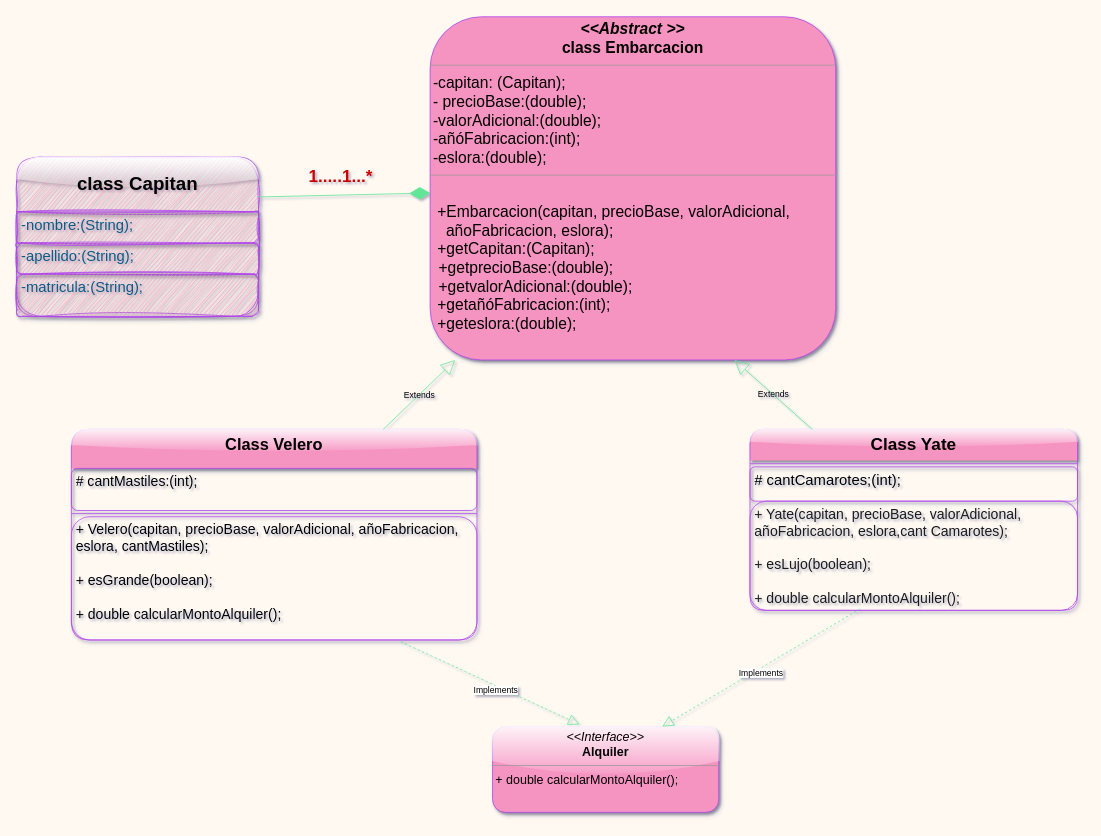
Before: src/sistemaAlqulierEmbarcación.drawio in Mariayey12/EJERCICIOWORKSHOPPROGRAMACIONORIENTADA-OBJECTOS, a draw.io diagram. Source tidied: cells renumbered, new cells numbered last; positions are measured from the earlier drawing's top-left corner, leaving out a move shared by most shapes. Both pictures are drawn from the tidied source at 78%, with x=0, y=0 at pixel (16, 16).
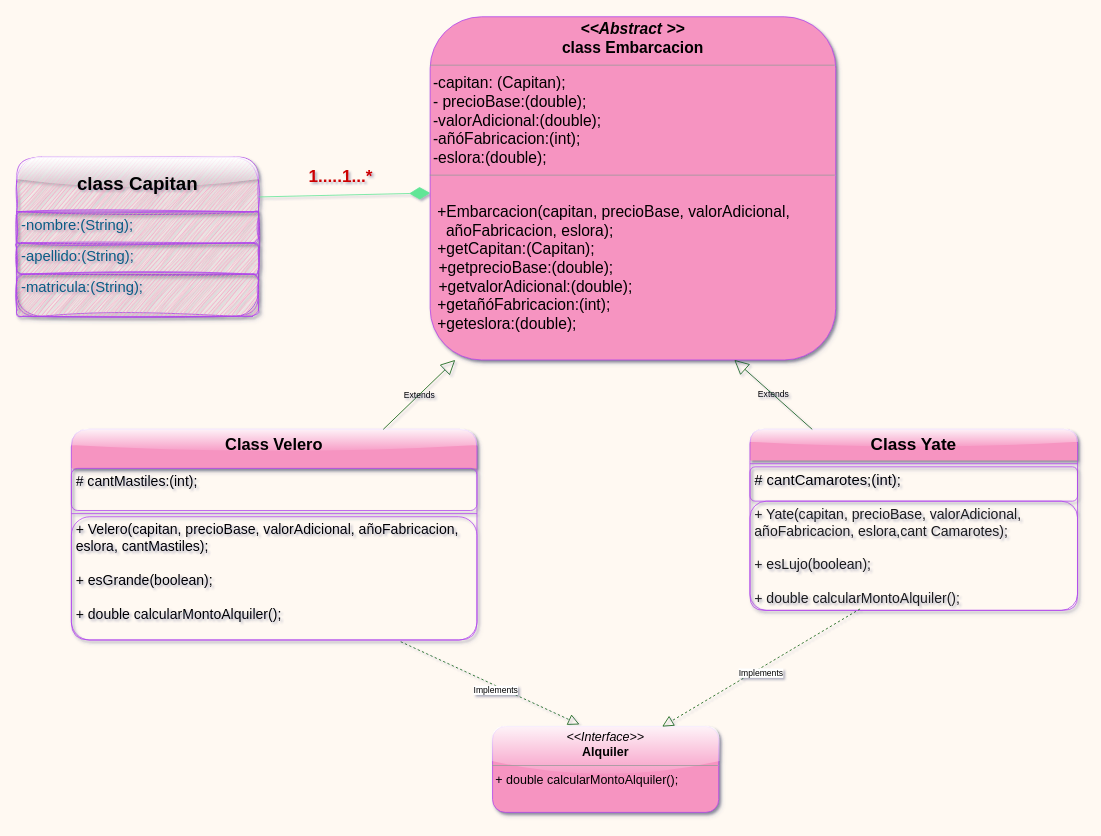
The same diagram, later.

The change refers to these unchanged cells:
```xml
<mxCell id="2" value="&lt;p style=&quot;margin: 4px 0px 0px; text-align: center; font-size: 16px;&quot;&gt;&lt;font color=&quot;#000000&quot; style=&quot;font-size: 16px;&quot;&gt;&lt;i style=&quot;&quot;&gt;&amp;lt;&amp;lt;Interface&amp;gt;&amp;gt;&lt;/i&gt;&lt;br&gt;&lt;b style=&quot;&quot;&gt;Alquiler&lt;/b&gt;&lt;/font&gt;&lt;/p&gt;&lt;hr style=&quot;font-size: 16px;&quot; size=&quot;1&quot;&gt;&lt;p style=&quot;margin: 0px 0px 0px 4px; font-size: 16px;&quot;&gt;&lt;font color=&quot;#000000&quot; style=&quot;font-size: 16px;&quot;&gt;+&amp;nbsp;&lt;span style=&quot;--tw-border-spacing-x: 0; --tw-border-spacing-y: 0; --tw-translate-x: 0; --tw-translate-y: 0; --tw-rotate: 0; --tw-skew-x: 0; --tw-skew-y: 0; --tw-scale-x: 1; --tw-scale-y: 1; --tw-pan-x: ; --tw-pan-y: ; --tw-pinch-zoom: ; --tw-scroll-snap-strictness: proximity; --tw-ordinal: ; --tw-slashed-zero: ; --tw-numeric-figure: ; --tw-numeric-spacing: ; --tw-numeric-fraction: ; --tw-ring-inset: ; --tw-ring-offset-width: 0px; --tw-ring-offset-color: #fff; --tw-ring-color: rgb(59 130 246 / .5); --tw-ring-offset-shadow: 0 0 #0000; --tw-ring-shadow: 0 0 #0000; --tw-shadow: 0 0 #0000; --tw-shadow-colored: 0 0 #0000; --tw-blur: ; --tw-brightness: ; --tw-contrast: ; --tw-grayscale: ; --tw-hue-rotate: ; --tw-invert: ; --tw-saturate: ; --tw-sepia: ; --tw-drop-shadow: ; --tw-backdrop-blur: ; --tw-backdrop-brightness: ; --tw-backdrop-contrast: ; --tw-backdrop-grayscale: ; --tw-backdrop-hue-rotate: ; --tw-backdrop-invert: ; --tw-backdrop-opacity: ; --tw-backdrop-saturate: ; --tw-backdrop-sepia: ; border-color: var(--border-color); background-color: initial;&quot;&gt;double calcularMontoAlquiler();&lt;/span&gt;&lt;/font&gt;&lt;br&gt;&lt;/p&gt;" style="verticalAlign=top;align=left;overflow=fill;fontSize=12;fontFamily=Helvetica;html=1;whiteSpace=wrap;shadow=1;glass=1;rounded=1;fillColor=#F694C1;strokeColor=#AF45ED;labelBackgroundColor=none;fontColor=#095C86;" parent="1" vertex="1">
  <mxGeometry x="610" y="910" width="290" height="110" as="geometry" />
</mxCell>
<mxCell id="8" value="&lt;p style=&quot;margin: 4px 0px 0px; text-align: center; font-size: 20px;&quot;&gt;&lt;font color=&quot;#000000&quot; style=&quot;font-size: 20px;&quot;&gt;&lt;b&gt;&lt;i style=&quot;&quot;&gt;&amp;lt;&amp;lt;Abstract &amp;gt;&amp;gt;&lt;/i&gt;&lt;br&gt;class Embarcacion&lt;/b&gt;&lt;br&gt;&lt;/font&gt;&lt;/p&gt;&lt;hr style=&quot;font-size: 20px;&quot; size=&quot;1&quot;&gt;&lt;p style=&quot;margin: 0px 0px 0px 4px; font-size: 20px;&quot;&gt;&lt;font color=&quot;#000000&quot; style=&quot;font-size: 20px;&quot;&gt;-capitan: (Capitan);&lt;br&gt;- precioBase:(double);&lt;/font&gt;&lt;/p&gt;&lt;p style=&quot;margin: 0px 0px 0px 4px; font-size: 20px;&quot;&gt;&lt;font color=&quot;#000000&quot; style=&quot;font-size: 20px;&quot;&gt;-valorAdicional:(double);&lt;/font&gt;&lt;/p&gt;&lt;p style=&quot;margin: 0px 0px 0px 4px; font-size: 20px;&quot;&gt;&lt;font color=&quot;#000000&quot; style=&quot;font-size: 20px;&quot;&gt;-añóFabricacion:(int);&lt;/font&gt;&lt;/p&gt;&lt;p style=&quot;margin: 0px 0px 0px 4px; font-size: 20px;&quot;&gt;&lt;font color=&quot;#000000&quot; style=&quot;font-size: 20px;&quot;&gt;-eslora:(double);&lt;/font&gt;&lt;/p&gt;&lt;hr style=&quot;font-size: 20px;&quot; size=&quot;1&quot;&gt;&lt;p style=&quot;margin: 0px 0px 0px 4px; font-size: 20px;&quot;&gt;&lt;font color=&quot;#000000&quot; style=&quot;font-size: 20px;&quot;&gt;&lt;br&gt;&amp;nbsp;+Embarcacion(capitan, precioBase, valorAdicional,&amp;nbsp; &amp;nbsp; &amp;nbsp; &amp;nbsp; &amp;nbsp; &amp;nbsp; &amp;nbsp;añoFabricacion, eslora);&lt;/font&gt;&lt;/p&gt;&lt;p style=&quot;margin: 0px 0px 0px 4px; font-size: 20px;&quot;&gt;&lt;font color=&quot;#000000&quot; style=&quot;font-size: 20px;&quot;&gt;&amp;nbsp;+getCapitan:(Capitan);&amp;nbsp;&lt;/font&gt;&lt;/p&gt;&lt;font color=&quot;#000000&quot; style=&quot;font-size: 20px;&quot;&gt;&amp;nbsp; +getprecioBase:(double);&lt;br&gt;&amp;nbsp; +getvalorAdicional:(double);&lt;/font&gt;&lt;p style=&quot;--tw-border-spacing-x: 0; --tw-border-spacing-y: 0; --tw-translate-x: 0; --tw-translate-y: 0; --tw-rotate: 0; --tw-skew-x: 0; --tw-skew-y: 0; --tw-scale-x: 1; --tw-scale-y: 1; --tw-pan-x: ; --tw-pan-y: ; --tw-pinch-zoom: ; --tw-scroll-snap-strictness: proximity; --tw-ordinal: ; --tw-slashed-zero: ; --tw-numeric-figure: ; --tw-numeric-spacing: ; --tw-numeric-fraction: ; --tw-ring-inset: ; --tw-ring-offset-width: 0px; --tw-ring-offset-color: #fff; --tw-ring-color: rgb(59 130 246 / .5); --tw-ring-offset-shadow: 0 0 #0000; --tw-ring-shadow: 0 0 #0000; --tw-shadow: 0 0 #0000; --tw-shadow-colored: 0 0 #0000; --tw-blur: ; --tw-brightness: ; --tw-contrast: ; --tw-grayscale: ; --tw-hue-rotate: ; --tw-invert: ; --tw-saturate: ; --tw-sepia: ; --tw-drop-shadow: ; --tw-backdrop-blur: ; --tw-backdrop-brightness: ; --tw-backdrop-contrast: ; --tw-backdrop-grayscale: ; --tw-backdrop-hue-rotate: ; --tw-backdrop-invert: ; --tw-backdrop-opacity: ; --tw-backdrop-saturate: ; --tw-backdrop-sepia: ; border-color: var(--border-color); margin: 0px 0px 0px 4px; font-size: 20px;&quot;&gt;&lt;font color=&quot;#000000&quot; style=&quot;font-size: 20px;&quot;&gt;&amp;nbsp;+getañóFabricacion:(int);&lt;/font&gt;&lt;/p&gt;&lt;p style=&quot;--tw-border-spacing-x: 0; --tw-border-spacing-y: 0; --tw-translate-x: 0; --tw-translate-y: 0; --tw-rotate: 0; --tw-skew-x: 0; --tw-skew-y: 0; --tw-scale-x: 1; --tw-scale-y: 1; --tw-pan-x: ; --tw-pan-y: ; --tw-pinch-zoom: ; --tw-scroll-snap-strictness: proximity; --tw-ordinal: ; --tw-slashed-zero: ; --tw-numeric-figure: ; --tw-numeric-spacing: ; --tw-numeric-fraction: ; --tw-ring-inset: ; --tw-ring-offset-width: 0px; --tw-ring-offset-color: #fff; --tw-ring-color: rgb(59 130 246 / .5); --tw-ring-offset-shadow: 0 0 #0000; --tw-ring-shadow: 0 0 #0000; --tw-shadow: 0 0 #0000; --tw-shadow-colored: 0 0 #0000; --tw-blur: ; --tw-brightness: ; --tw-contrast: ; --tw-grayscale: ; --tw-hue-rotate: ; --tw-invert: ; --tw-saturate: ; --tw-sepia: ; --tw-drop-shadow: ; --tw-backdrop-blur: ; --tw-backdrop-brightness: ; --tw-backdrop-contrast: ; --tw-backdrop-grayscale: ; --tw-backdrop-hue-rotate: ; --tw-backdrop-invert: ; --tw-backdrop-opacity: ; --tw-backdrop-saturate: ; --tw-backdrop-sepia: ; border-color: var(--border-color); margin: 0px 0px 0px 4px; font-size: 20px;&quot;&gt;&lt;font color=&quot;#000000&quot; style=&quot;font-size: 20px;&quot;&gt;&amp;nbsp;+geteslora:(double);&lt;/font&gt;&lt;/p&gt;" style="verticalAlign=top;align=left;overflow=fill;fontSize=12;fontFamily=Helvetica;html=1;whiteSpace=wrap;fillColor=#F694C1;strokeColor=#AF45ED;rounded=1;shadow=1;glass=0;labelBackgroundColor=none;fontColor=#095C86;" parent="1" vertex="1">
  <mxGeometry x="530" width="520" height="440" as="geometry" />
</mxCell>
<mxCell id="9" value="&lt;font color=&quot;#000000&quot; style=&quot;font-size: 22px;&quot;&gt;Class Yate&lt;/font&gt;" style="swimlane;fontStyle=1;align=center;verticalAlign=top;horizontal=1;startSize=40;whiteSpace=wrap;html=1;rounded=1;shadow=1;glass=1;swimlaneLine=0;fillColor=#F694C1;strokeColor=#AF45ED;fontColor=#095C86;labelBackgroundColor=none;" parent="1" vertex="1">
  <mxGeometry x="940" y="529" width="420" height="232" as="geometry" />
</mxCell>
<mxCell id="12" value="&lt;font color=&quot;#1a1a1a&quot; style=&quot;font-size: 18px;&quot;&gt;+ Yate(capitan, precioBase, valorAdicional, añoFabricacion, eslora,cant Camarotes);&lt;br&gt;&lt;br style=&quot;--tw-border-spacing-x: 0; --tw-border-spacing-y: 0; --tw-translate-x: 0; --tw-translate-y: 0; --tw-rotate: 0; --tw-skew-x: 0; --tw-skew-y: 0; --tw-scale-x: 1; --tw-scale-y: 1; --tw-pan-x: ; --tw-pan-y: ; --tw-pinch-zoom: ; --tw-scroll-snap-strictness: proximity; --tw-ordinal: ; --tw-slashed-zero: ; --tw-numeric-figure: ; --tw-numeric-spacing: ; --tw-numeric-fraction: ; --tw-ring-inset: ; --tw-ring-offset-width: 0px; --tw-ring-offset-color: #fff; --tw-ring-color: rgb(59 130 246 / .5); --tw-ring-offset-shadow: 0 0 #0000; --tw-ring-shadow: 0 0 #0000; --tw-shadow: 0 0 #0000; --tw-shadow-colored: 0 0 #0000; --tw-blur: ; --tw-brightness: ; --tw-contrast: ; --tw-grayscale: ; --tw-hue-rotate: ; --tw-invert: ; --tw-saturate: ; --tw-sepia: ; --tw-drop-shadow: ; --tw-backdrop-blur: ; --tw-backdrop-brightness: ; --tw-backdrop-contrast: ; --tw-backdrop-grayscale: ; --tw-backdrop-hue-rotate: ; --tw-backdrop-invert: ; --tw-backdrop-opacity: ; --tw-backdrop-saturate: ; --tw-backdrop-sepia: ; border-color: var(--border-color);&quot;&gt;+&amp;nbsp;esLujo(boolean);&lt;br&gt;&lt;br style=&quot;--tw-border-spacing-x: 0; --tw-border-spacing-y: 0; --tw-translate-x: 0; --tw-translate-y: 0; --tw-rotate: 0; --tw-skew-x: 0; --tw-skew-y: 0; --tw-scale-x: 1; --tw-scale-y: 1; --tw-pan-x: ; --tw-pan-y: ; --tw-pinch-zoom: ; --tw-scroll-snap-strictness: proximity; --tw-ordinal: ; --tw-slashed-zero: ; --tw-numeric-figure: ; --tw-numeric-spacing: ; --tw-numeric-fraction: ; --tw-ring-inset: ; --tw-ring-offset-width: 0px; --tw-ring-offset-color: #fff; --tw-ring-color: rgb(59 130 246 / .5); --tw-ring-offset-shadow: 0 0 #0000; --tw-ring-shadow: 0 0 #0000; --tw-shadow: 0 0 #0000; --tw-shadow-colored: 0 0 #0000; --tw-blur: ; --tw-brightness: ; --tw-contrast: ; --tw-grayscale: ; --tw-hue-rotate: ; --tw-invert: ; --tw-saturate: ; --tw-sepia: ; --tw-drop-shadow: ; --tw-backdrop-blur: ; --tw-backdrop-brightness: ; --tw-backdrop-contrast: ; --tw-backdrop-grayscale: ; --tw-backdrop-hue-rotate: ; --tw-backdrop-invert: ; --tw-backdrop-opacity: ; --tw-backdrop-saturate: ; --tw-backdrop-sepia: ; border-color: var(--border-color);&quot;&gt;+&amp;nbsp;double calcularMontoAlquiler();&lt;/font&gt;" style="text;strokeColor=#AF45ED;fillColor=none;align=left;verticalAlign=top;spacingLeft=4;spacingRight=4;overflow=hidden;points=[[0,0.5],[1,0.5]];portConstraint=eastwest;whiteSpace=wrap;html=1;rounded=1;labelBackgroundColor=none;fontColor=#095C86;" parent="9" vertex="1">
  <mxGeometry y="92" width="420" height="140" as="geometry" />
</mxCell>
<mxCell id="13" value="&lt;font color=&quot;#000000&quot; style=&quot;font-size: 21px;&quot;&gt;Class Velero&lt;/font&gt;" style="swimlane;fontStyle=1;align=center;verticalAlign=top;horizontal=1;startSize=50;whiteSpace=wrap;html=1;fillColor=#F694C1;fontColor=#095C86;strokeColor=#AF45ED;shadow=1;swimlaneLine=0;glass=1;rounded=1;labelBackgroundColor=none;" parent="1" vertex="1">
  <mxGeometry x="70" y="529" width="520" height="270" as="geometry" />
</mxCell>
<mxCell id="16" value="&lt;font style=&quot;font-size: 18px;&quot;&gt;&lt;font color=&quot;#000000&quot;&gt;+ Velero(capitan, precioBase, valorAdicional, añoFabricacion, eslora, cantMastiles);&lt;br&gt;&lt;br&gt;+&amp;nbsp;esGrande(boolean);&lt;br&gt;&lt;br&gt;+&amp;nbsp;&lt;/font&gt;&lt;span style=&quot;background-color: initial;&quot;&gt;&lt;font color=&quot;#000000&quot;&gt;double calcularMontoAlquiler();&lt;br&gt;&lt;/font&gt;&lt;br&gt;&lt;/span&gt;&lt;/font&gt;" style="text;strokeColor=#AF45ED;fillColor=none;align=left;verticalAlign=top;spacingLeft=4;spacingRight=4;overflow=hidden;points=[[0,0.5],[1,0.5]];portConstraint=eastwest;whiteSpace=wrap;html=1;rounded=1;labelBackgroundColor=none;fontColor=#095C86;" parent="13" vertex="1">
  <mxGeometry y="112" width="520" height="158" as="geometry" />
</mxCell>
```

Diff of the diagram source:
```diff
@@
-    <mxCell id="3" value="&lt;br&gt;&lt;span style=&quot;color: rgb(0, 0, 0); font-family: Helvetica; font-size: 11px; font-style: normal; font-variant-ligatures: normal; font-variant-caps: normal; font-weight: 400; letter-spacing: normal; orphans: 2; text-align: center; text-indent: 0px; text-transform: none; widows: 2; word-spacing: 0px; -webkit-text-stroke-width: 0px; background-color: rgb(255, 255, 255); text-decoration-thickness: initial; text-decoration-style: initial; text-decoration-color: initial; float: none; display: inline !important;&quot;&gt;Implements&lt;br&gt;&lt;/span&gt;" style="endArrow=block;dashed=1;endFill=0;endSize=12;html=1;rounded=0;entryX=0.384;entryY=-0.025;entryDx=0;entryDy=0;entryPerimeter=0;exitX=0.812;exitY=1.014;exitDx=0;exitDy=0;exitPerimeter=0;strokeColor=#60E696;labelBackgroundColor=none;fontColor=default;" parent="1" edge="1" source="16" target="2">
+    <mxCell id="3" value="&lt;br&gt;&lt;span style=&quot;color: rgb(0, 0, 0); font-family: Helvetica; font-size: 11px; font-style: normal; font-variant-ligatures: normal; font-variant-caps: normal; font-weight: 400; letter-spacing: normal; orphans: 2; text-align: center; text-indent: 0px; text-transform: none; widows: 2; word-spacing: 0px; -webkit-text-stroke-width: 0px; background-color: rgb(255, 255, 255); text-decoration-thickness: initial; text-decoration-style: initial; text-decoration-color: initial; float: none; display: inline !important;&quot;&gt;Implements&lt;br&gt;&lt;/span&gt;" style="endArrow=block;dashed=1;endFill=0;endSize=12;html=1;rounded=0;entryX=0.384;entryY=-0.025;entryDx=0;entryDy=0;entryPerimeter=0;exitX=0.812;exitY=1.014;exitDx=0;exitDy=0;exitPerimeter=0;strokeColor=#005700;labelBackgroundColor=none;fontColor=default;fillColor=#008a00;" parent="1" edge="1" source="16" target="2">
       <mxGeometry x="0.06" relative="1" as="geometry" />
     </mxCell>
@@
-    <mxCell id="17" value="Extends" style="endArrow=block;endSize=16;endFill=0;html=1;rounded=0;strokeColor=#60E696;labelBackgroundColor=none;fontColor=default;" parent="1" edge="1" source="13" target="8">
+    <mxCell id="17" value="Extends" style="endArrow=block;endSize=16;endFill=0;html=1;rounded=0;strokeColor=#005700;labelBackgroundColor=none;fontColor=default;fillColor=#008a00;" parent="1" edge="1" source="13" target="8">
       <mxGeometry relative="1" as="geometry" />
     </mxCell>
-    <mxCell id="18" value="Extends" style="endArrow=block;endSize=16;endFill=0;html=1;rounded=0;entryX=0.75;entryY=1;entryDx=0;entryDy=0;strokeColor=#60E696;labelBackgroundColor=none;fontColor=default;" parent="1" edge="1" source="9" target="8">
+    <mxCell id="18" value="Extends" style="endArrow=block;endSize=16;endFill=0;html=1;rounded=0;entryX=0.75;entryY=1;entryDx=0;entryDy=0;strokeColor=#005700;labelBackgroundColor=none;fontColor=default;fillColor=#008a00;" parent="1" edge="1" source="9" target="8">
       <mxGeometry relative="1" as="geometry" />
     </mxCell>
@@
-    <mxCell id="21" value="&lt;br&gt;&lt;span style=&quot;color: rgb(0, 0, 0); font-family: Helvetica; font-size: 11px; font-style: normal; font-variant-ligatures: normal; font-variant-caps: normal; font-weight: 400; letter-spacing: normal; orphans: 2; text-align: center; text-indent: 0px; text-transform: none; widows: 2; word-spacing: 0px; -webkit-text-stroke-width: 0px; background-color: rgb(255, 255, 255); text-decoration-thickness: initial; text-decoration-style: initial; text-decoration-color: initial; float: none; display: inline !important;&quot;&gt;Implements&lt;br&gt;&lt;/span&gt;" style="endArrow=block;dashed=1;endFill=0;endSize=12;html=1;rounded=0;entryX=0.75;entryY=0;entryDx=0;entryDy=0;exitX=0.336;exitY=0.987;exitDx=0;exitDy=0;exitPerimeter=0;strokeColor=#60E696;labelBackgroundColor=none;fontColor=default;" parent="1" edge="1" source="12" target="2">
+    <mxCell id="21" value="&lt;br&gt;&lt;span style=&quot;color: rgb(0, 0, 0); font-family: Helvetica; font-size: 11px; font-style: normal; font-variant-ligatures: normal; font-variant-caps: normal; font-weight: 400; letter-spacing: normal; orphans: 2; text-align: center; text-indent: 0px; text-transform: none; widows: 2; word-spacing: 0px; -webkit-text-stroke-width: 0px; background-color: rgb(255, 255, 255); text-decoration-thickness: initial; text-decoration-style: initial; text-decoration-color: initial; float: none; display: inline !important;&quot;&gt;Implements&lt;br&gt;&lt;/span&gt;" style="endArrow=block;dashed=1;endFill=0;endSize=12;html=1;rounded=0;entryX=0.75;entryY=0;entryDx=0;entryDy=0;exitX=0.336;exitY=0.987;exitDx=0;exitDy=0;exitPerimeter=0;strokeColor=#005700;labelBackgroundColor=none;fontColor=default;fillColor=#008a00;" parent="1" edge="1" source="12" target="2">
       <mxGeometry relative="1" as="geometry" />
     </mxCell>
```
